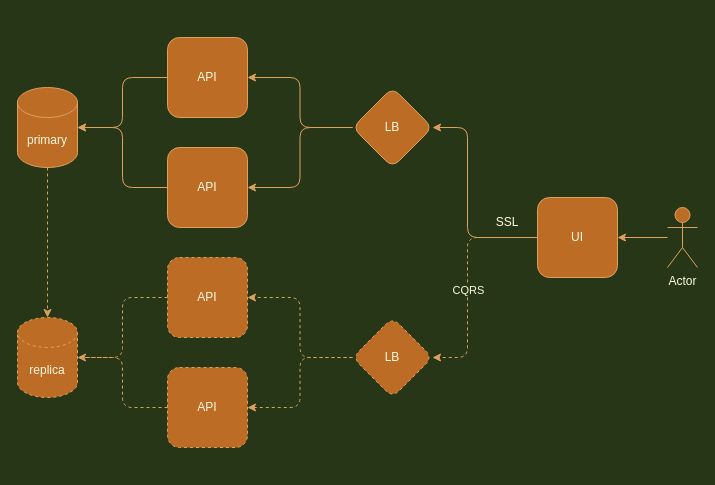
Before: page "Overview w/ scaling" (1 of 2) of Net Worth Calculator.drawio in ravikumarrao/net-worth-calculator, a draw.io diagram. Source tidied: cells renumbered, new cells numbered last; positions are measured from the earlier drawing's top-left corner, leaving out a move shared by most shapes. Both pictures are drawn from the tidied source at 100%, with x=0, y=0 at pixel (17, 37).
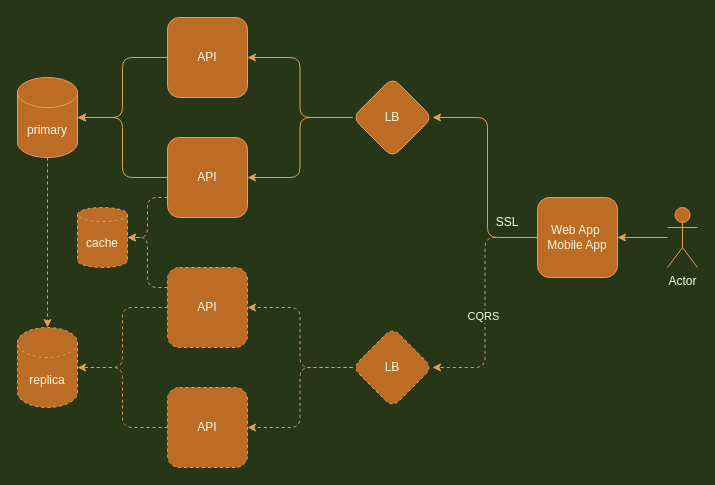
After the change.

Diff of the diagram source:
```diff
@@
     <mxCell id="3" value="API" style="whiteSpace=wrap;html=1;fillColor=#BC6C25;strokeColor=#DDA15E;fontColor=#FEFAE0;rounded=1;" parent="1" vertex="1">
-      <mxGeometry x="150" width="80" height="80" as="geometry" />
+      <mxGeometry x="150" y="-20" width="80" height="80" as="geometry" />
     </mxCell>
@@
     <mxCell id="5" value="primary" style="shape=cylinder3;whiteSpace=wrap;html=1;boundedLbl=1;backgroundOutline=1;size=15;fillColor=#BC6C25;strokeColor=#DDA15E;fontColor=#FEFAE0;rounded=1;" parent="1" vertex="1">
-      <mxGeometry y="50" width="60" height="80" as="geometry" />
+      <mxGeometry y="40" width="60" height="80" as="geometry" />
     </mxCell>
@@
+    <mxCell id="26" style="edgeStyle=orthogonalEdgeStyle;rounded=1;jettySize=auto;html=1;exitX=0;exitY=0.75;exitDx=0;exitDy=0;entryX=1;entryY=0.5;entryDx=0;entryDy=0;entryPerimeter=0;fontColor=#FEFAE0;strokeColor=#DDA15E;fillColor=#BC6C25;dashed=1;" parent="1" edge="1" source="9" target="28">
+      <mxGeometry relative="1" as="geometry" />
+    </mxCell>
     <mxCell id="9" value="API" style="whiteSpace=wrap;html=1;fillColor=#BC6C25;strokeColor=#DDA15E;fontColor=#FEFAE0;rounded=1;" parent="1" vertex="1">
-      <mxGeometry x="150" y="110" width="80" height="80" as="geometry" />
+      <mxGeometry x="150" y="100" width="80" height="80" as="geometry" />
     </mxCell>
@@
     <mxCell id="12" value="LB" style="rhombus;whiteSpace=wrap;html=1;fillColor=#BC6C25;strokeColor=#DDA15E;fontColor=#FEFAE0;rounded=1;" parent="1" vertex="1">
-      <mxGeometry x="335" y="50" width="80" height="80" as="geometry" />
+      <mxGeometry x="335" y="40" width="80" height="80" as="geometry" />
     </mxCell>
     <mxCell id="13" style="edgeStyle=orthogonalEdgeStyle;rounded=1;jettySize=auto;html=1;entryX=1;entryY=0.5;entryDx=0;entryDy=0;labelBackgroundColor=#283618;strokeColor=#DDA15E;fontColor=#FEFAE0;" parent="1" edge="1" source="16" target="12">
       <mxGeometry relative="1" as="geometry">
         <Array as="points">
-          <mxPoint x="450" y="200" />
-          <mxPoint x="450" y="90" />
+          <mxPoint x="470" y="200" />
+          <mxPoint x="470" y="80" />
         </Array>
       </mxGeometry>
     </mxCell>
-    <mxCell id="14" style="edgeStyle=orthogonalEdgeStyle;rounded=1;jettySize=auto;html=1;entryX=1;entryY=0.5;entryDx=0;entryDy=0;dashed=1;endArrow=classic;endFill=1;labelBackgroundColor=#283618;strokeColor=#DDA15E;fontColor=#FEFAE0;" parent="1" edge="1" source="16" target="22">
-      <mxGeometry relative="1" as="geometry">
-        <Array as="points">
-          <mxPoint x="450" y="200" />
-          <mxPoint x="450" y="320" />
-        </Array>
-      </mxGeometry>
+    <mxCell id="14" style="edgeStyle=orthogonalEdgeStyle;curved=0;rounded=1;sketch=0;jettySize=auto;html=1;exitX=0;exitY=0.5;exitDx=0;exitDy=0;entryX=1;entryY=0.5;entryDx=0;entryDy=0;fontColor=#FEFAE0;strokeColor=#DDA15E;fillColor=#BC6C25;dashed=1;" parent="1" edge="1" source="16" target="22">
+      <mxGeometry relative="1" as="geometry" />
     </mxCell>
-    <mxCell id="15" value="CQRS" style="edgeLabel;html=1;align=center;verticalAlign=middle;labelBackgroundColor=#283618;fontColor=#FEFAE0;rounded=1;" parent="14" vertex="1">
-      <mxGeometry x="0.08" relative="1" as="geometry" />
+    <mxCell id="15" value="CQRS" style="edgeLabel;html=1;align=center;verticalAlign=middle;fontColor=#FEFAE0;labelBackgroundColor=#283618;" parent="14" vertex="1">
+      <mxGeometry x="0.11" y="-2" relative="1" as="geometry">
+        <mxPoint y="1" as="offset" />
+      </mxGeometry>
     </mxCell>
-    <mxCell id="16" value="UI" style="whiteSpace=wrap;html=1;fillColor=#BC6C25;strokeColor=#DDA15E;fontColor=#FEFAE0;rounded=1;" parent="1" vertex="1">
+    <mxCell id="16" value="Web App&amp;nbsp;&lt;br&gt;Mobile App" style="whiteSpace=wrap;html=1;fillColor=#BC6C25;strokeColor=#DDA15E;fontColor=#FEFAE0;rounded=1;" parent="1" vertex="1">
       <mxGeometry x="520" y="160" width="80" height="80" as="geometry" />
     </mxCell>
@@
+    <mxCell id="27" style="edgeStyle=orthogonalEdgeStyle;rounded=1;jettySize=auto;html=1;exitX=0;exitY=0.25;exitDx=0;exitDy=0;entryX=1;entryY=0.5;entryDx=0;entryDy=0;entryPerimeter=0;fontColor=#FEFAE0;strokeColor=#DDA15E;fillColor=#BC6C25;dashed=1;" parent="1" edge="1" source="18" target="28">
+      <mxGeometry relative="1" as="geometry" />
+    </mxCell>
     <mxCell id="18" value="API" style="whiteSpace=wrap;html=1;dashed=1;fillColor=#BC6C25;strokeColor=#DDA15E;fontColor=#FEFAE0;rounded=1;" parent="1" vertex="1">
-      <mxGeometry x="150" y="220" width="80" height="80" as="geometry" />
+      <mxGeometry x="150" y="230" width="80" height="80" as="geometry" />
     </mxCell>
     <mxCell id="19" value="replica" style="shape=cylinder3;whiteSpace=wrap;html=1;boundedLbl=1;backgroundOutline=1;size=15;dashed=1;fillColor=#BC6C25;strokeColor=#DDA15E;fontColor=#FEFAE0;rounded=1;" parent="1" vertex="1">
-      <mxGeometry y="280" width="60" height="80" as="geometry" />
+      <mxGeometry y="290" width="60" height="80" as="geometry" />
     </mxCell>
@@
     <mxCell id="22" value="LB" style="rhombus;whiteSpace=wrap;html=1;dashed=1;fillColor=#BC6C25;strokeColor=#DDA15E;fontColor=#FEFAE0;rounded=1;" parent="1" vertex="1">
-      <mxGeometry x="335" y="280" width="80" height="80" as="geometry" />
+      <mxGeometry x="335" y="290" width="80" height="80" as="geometry" />
     </mxCell>
@@
     <mxCell id="24" value="API" style="whiteSpace=wrap;html=1;dashed=1;fillColor=#BC6C25;strokeColor=#DDA15E;fontColor=#FEFAE0;rounded=1;" parent="1" vertex="1">
-      <mxGeometry x="150" y="330" width="80" height="80" as="geometry" />
+      <mxGeometry x="150" y="350" width="80" height="80" as="geometry" />
     </mxCell>
@@
+    <mxCell id="28" value="cache" style="shape=cylinder3;whiteSpace=wrap;html=1;boundedLbl=1;backgroundOutline=1;size=7;rounded=1;fontColor=#FEFAE0;strokeColor=#DDA15E;fillColor=#BC6C25;dashed=1;" parent="1" vertex="1">
+      <mxGeometry x="60" y="170" width="50" height="60" as="geometry" />
+    </mxCell>
```
